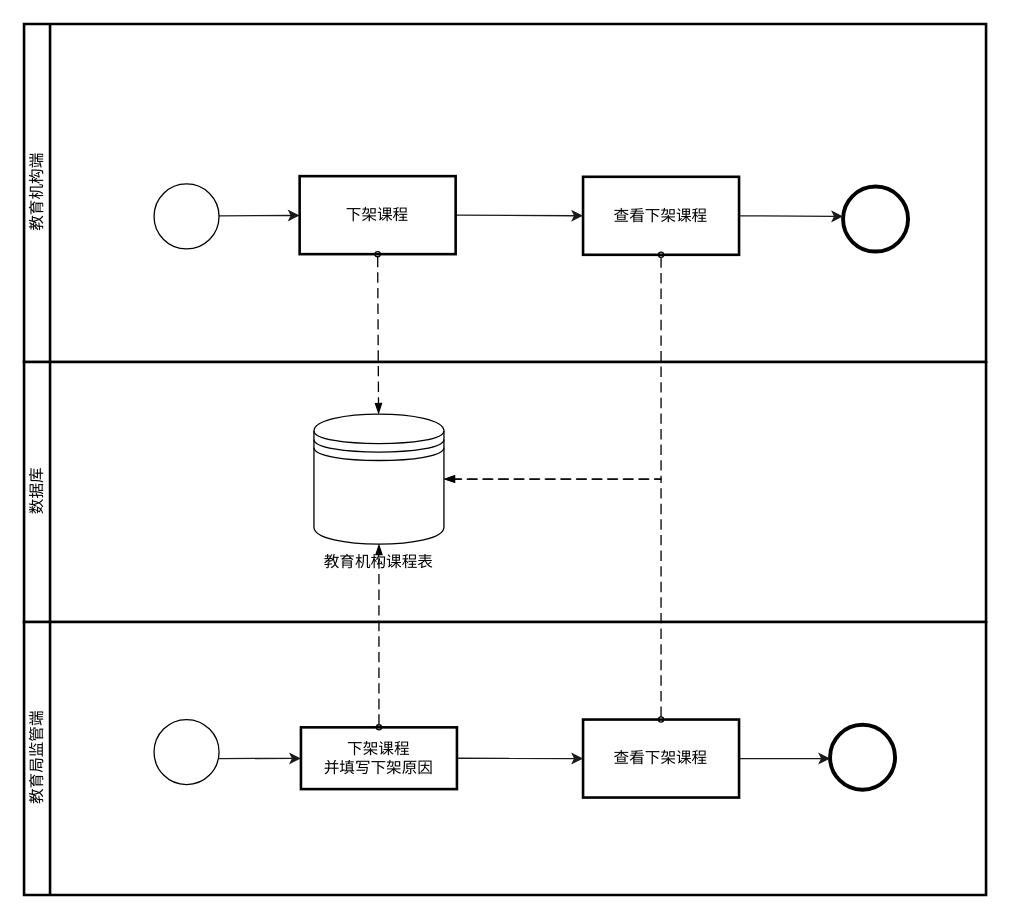
cuitaocrazy/supervision keeps this draw.io diagram as page "课程下架" (2 of 4) of docs/资金监管平台流程图.drawio. Above is the earlier version. Source tidied: cells renumbered, new cells numbered last; positions are measured from the earlier drawing's top-left corner, leaving out a move shared by most shapes. Both pictures are drawn from the tidied source at 130%, with x=0, y=0 at pixel (23, 23).
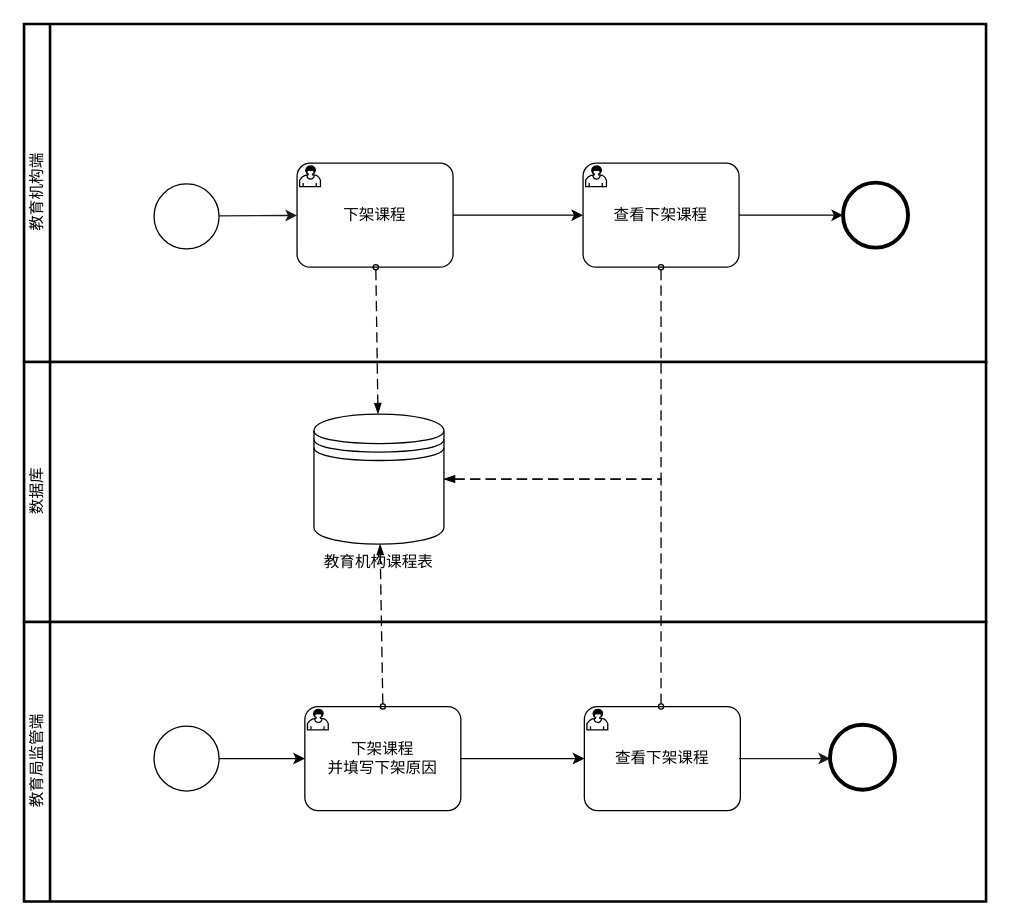
The same page after the edit.

Unchanged cells that the change refers to:
```xml
<mxCell id="2" value="教育机构端" style="swimlane;html=1;startSize=20;fontStyle=0;horizontal=0;swimlaneLine=1;swimlaneFillColor=#ffffff;strokeWidth=2;" parent="1" vertex="1">
  <mxGeometry width="740" height="260" as="geometry" />
</mxCell>
<mxCell id="17" value="教育机构课程表" style="shape=datastore;whiteSpace=wrap;html=1;labelPosition=center;verticalLabelPosition=bottom;align=center;verticalAlign=top;" parent="1" vertex="1">
  <mxGeometry x="223" y="300" width="100" height="100" as="geometry" />
</mxCell>
```

Change to the diagram source:
```diff
@@
-    <mxCell id="4" style="edgeStyle=none;html=1;exitX=1;exitY=0.5;exitDx=0;exitDy=0;entryX=0;entryY=0.5;entryDx=0;entryDy=0;strokeColor=#1A1A1A;" parent="2" edge="1" source="5" target="6">
-      <mxGeometry relative="1" as="geometry" />
-    </mxCell>
-    <mxCell id="5" value="下架课程" style="whiteSpace=wrap;html=1;strokeWidth=2;" parent="2" vertex="1">
-      <mxGeometry x="212" y="117" width="120" height="60" as="geometry" />
-    </mxCell>
-    <mxCell id="6" value="查看下架课程" style="whiteSpace=wrap;html=1;strokeWidth=2;" parent="2" vertex="1">
-      <mxGeometry x="430" y="117.5" width="120" height="60" as="geometry" />
-    </mxCell>
@@
     <mxCell id="8" style="points=[[0.145,0.145,0],[0.5,0,0],[0.855,0.145,0],[1,0.5,0],[0.855,0.855,0],[0.5,1,0],[0.145,0.855,0],[0,0.5,0]];shape=mxgraph.bpmn.event;html=1;verticalLabelPosition=bottom;labelBackgroundColor=#ffffff;verticalAlign=top;align=center;perimeter=ellipsePerimeter;outlineConnect=0;outline=end;symbol=terminate2;" parent="2" vertex="1">
-      <mxGeometry x="630" y="125" width="50" height="50" as="geometry" />
+      <mxGeometry x="630" y="122" width="50" height="50" as="geometry" />
     </mxCell>
+    <mxCell id="24" style="edgeStyle=orthogonalEdgeStyle;rounded=0;jettySize=auto;html=1;" parent="2" edge="1" source="5" target="26">
+      <mxGeometry relative="1" as="geometry" />
+    </mxCell>
+    <mxCell id="5" value="下架课程" style="points=[[0.25,0,0],[0.5,0,0],[0.75,0,0],[1,0.25,0],[1,0.5,0],[1,0.75,0],[0.75,1,0],[0.5,1,0],[0.25,1,0],[0,0.75,0],[0,0.5,0],[0,0.25,0]];shape=mxgraph.bpmn.task;whiteSpace=wrap;rectStyle=rounded;size=10;taskMarker=user;" parent="2" vertex="1">
+      <mxGeometry x="210" y="107" width="120" height="80" as="geometry" />
+    </mxCell>
+    <mxCell id="25" style="edgeStyle=orthogonalEdgeStyle;rounded=0;jettySize=auto;html=1;" parent="2" edge="1" source="26" target="8">
+      <mxGeometry relative="1" as="geometry" />
+    </mxCell>
+    <mxCell id="26" value="查看下架课程" style="points=[[0.25,0,0],[0.5,0,0],[0.75,0,0],[1,0.25,0],[1,0.5,0],[1,0.75,0],[0.75,1,0],[0.5,1,0],[0.25,1,0],[0,0.75,0],[0,0.5,0],[0,0.25,0]];shape=mxgraph.bpmn.task;whiteSpace=wrap;rectStyle=rounded;size=10;taskMarker=user;" parent="2" vertex="1">
+      <mxGeometry x="430" y="107" width="120" height="80" as="geometry" />
+    </mxCell>
@@
     <mxCell id="10" value="教育局监管端" style="swimlane;html=1;startSize=20;fontStyle=0;horizontal=0;swimlaneLine=1;swimlaneFillColor=#ffffff;strokeWidth=2;" parent="1" vertex="1">
-      <mxGeometry y="460" width="740" height="210" as="geometry" />
+      <mxGeometry y="460" width="740" height="215" as="geometry" />
     </mxCell>
-    <mxCell id="11" value="下架课程&lt;br&gt;并填写下架原因" style="whiteSpace=wrap;html=1;strokeWidth=2;" parent="10" vertex="1">
-      <mxGeometry x="213" y="81" width="120" height="47.5" as="geometry" />
-    </mxCell>
-    <mxCell id="12" style="edgeStyle=none;html=1;exitX=1;exitY=0.5;exitDx=0;exitDy=0;exitPerimeter=0;strokeColor=#1A1A1A;" parent="10" edge="1" target="11">
-      <mxGeometry relative="1" as="geometry">
-        <mxPoint x="150" y="105" as="sourcePoint" />
-      </mxGeometry>
-    </mxCell>
-    <mxCell id="13" value="查看下架课程" style="whiteSpace=wrap;html=1;strokeWidth=2;" parent="10" vertex="1">
-      <mxGeometry x="430" y="75" width="120" height="60" as="geometry" />
-    </mxCell>
-    <mxCell id="14" style="edgeStyle=none;html=1;exitX=1;exitY=0.5;exitDx=0;exitDy=0;entryX=0;entryY=0.5;entryDx=0;entryDy=0;strokeColor=#1A1A1A;" parent="10" edge="1" source="11" target="13">
-      <mxGeometry relative="1" as="geometry" />
-    </mxCell>
+    <mxCell id="27" style="edgeStyle=orthogonalEdgeStyle;rounded=0;jettySize=auto;html=1;" parent="10" edge="1" source="15" target="11">
+      <mxGeometry relative="1" as="geometry" />
+    </mxCell>
     <mxCell id="15" style="points=[[0.145,0.145,0],[0.5,0,0],[0.855,0.145,0],[1,0.5,0],[0.855,0.855,0],[0.5,1,0],[0.145,0.855,0],[0,0.5,0]];shape=mxgraph.bpmn.event;html=1;verticalLabelPosition=bottom;labelBackgroundColor=#ffffff;verticalAlign=top;align=center;perimeter=ellipsePerimeter;outlineConnect=0;outline=standard;symbol=general;" parent="10" vertex="1">
-      <mxGeometry x="100" y="75" width="50" height="50" as="geometry" />
+      <mxGeometry x="100" y="80" width="50" height="50" as="geometry" />
     </mxCell>
@@
+    <mxCell id="28" style="edgeStyle=orthogonalEdgeStyle;rounded=0;jettySize=auto;html=1;" parent="10" edge="1" source="11" target="29">
+      <mxGeometry relative="1" as="geometry" />
+    </mxCell>
+    <mxCell id="11" value="下架课程&#10;并填写下架原因" style="points=[[0.25,0,0],[0.5,0,0],[0.75,0,0],[1,0.25,0],[1,0.5,0],[1,0.75,0],[0.75,1,0],[0.5,1,0],[0.25,1,0],[0,0.75,0],[0,0.5,0],[0,0.25,0]];shape=mxgraph.bpmn.task;whiteSpace=wrap;rectStyle=rounded;size=10;taskMarker=user;" parent="10" vertex="1">
+      <mxGeometry x="216" y="65" width="120" height="80" as="geometry" />
+    </mxCell>
+    <mxCell id="29" value="查看下架课程" style="points=[[0.25,0,0],[0.5,0,0],[0.75,0,0],[1,0.25,0],[1,0.5,0],[1,0.75,0],[0.75,1,0],[0.5,1,0],[0.25,1,0],[0,0.75,0],[0,0.5,0],[0,0.25,0]];shape=mxgraph.bpmn.task;whiteSpace=wrap;rectStyle=rounded;size=10;taskMarker=user;" parent="10" vertex="1">
+      <mxGeometry x="431" y="65" width="120" height="80" as="geometry" />
+    </mxCell>
@@
-    <mxCell id="18" style="edgeStyle=none;html=1;exitX=1;exitY=0.5;exitDx=0;exitDy=0;strokeColor=#1A1A1A;" parent="1" edge="1" source="6">
-      <mxGeometry relative="1" as="geometry">
-        <mxPoint x="630" y="148" as="targetPoint" />
-      </mxGeometry>
-    </mxCell>
-    <mxCell id="19" style="edgeStyle=none;html=1;exitX=1;exitY=0.5;exitDx=0;exitDy=0;strokeColor=#1A1A1A;" parent="1" edge="1" source="13">
+    <mxCell id="19" style="edgeStyle=none;html=1;exitX=1;exitY=0.5;exitDx=0;exitDy=0;strokeColor=#1A1A1A;" parent="1" edge="1">
       <mxGeometry relative="1" as="geometry">
+        <mxPoint x="550" y="565" as="sourcePoint" />
         <mxPoint x="620" y="565" as="targetPoint" />
       </mxGeometry>
     </mxCell>
-    <mxCell id="20" style="dashed=1;dashPattern=8 4;endArrow=blockThin;endFill=1;startArrow=oval;startFill=0;endSize=6;startSize=4;rounded=0;exitX=0.5;exitY=1;exitDx=0;exitDy=0;" parent="1" edge="1" source="5" target="17">
+    <mxCell id="20" style="dashed=1;dashPattern=8 4;endArrow=blockThin;endFill=1;startArrow=oval;startFill=0;endSize=6;startSize=4;rounded=0;" parent="1" edge="1" source="5" target="17">
       <mxGeometry relative="1" as="geometry" />
     </mxCell>
-    <mxCell id="21" style="dashed=1;dashPattern=8 4;endArrow=blockThin;endFill=1;startArrow=oval;startFill=0;endSize=6;startSize=4;rounded=0;exitX=0.5;exitY=0;exitDx=0;exitDy=0;" parent="1" edge="1" source="11" target="17">
+    <mxCell id="21" style="dashed=1;dashPattern=8 4;endArrow=blockThin;endFill=1;startArrow=oval;startFill=0;endSize=6;startSize=4;rounded=0;exitX=0.5;exitY=0;exitDx=0;exitDy=0;exitPerimeter=0;" parent="1" edge="1" source="11" target="17">
       <mxGeometry relative="1" as="geometry" />
     </mxCell>
-    <mxCell id="22" style="dashed=1;dashPattern=8 4;endArrow=blockThin;endFill=1;startArrow=oval;startFill=0;endSize=6;startSize=4;rounded=0;exitX=0.5;exitY=1;exitDx=0;exitDy=0;entryX=1;entryY=0.5;entryDx=0;entryDy=0;edgeStyle=orthogonalEdgeStyle;" parent="1" edge="1" source="6" target="17">
+    <mxCell id="22" style="dashed=1;dashPattern=8 4;endArrow=blockThin;endFill=1;startArrow=oval;startFill=0;endSize=6;startSize=4;rounded=0;exitX=0.5;exitY=1;exitDx=0;exitDy=0;entryX=1;entryY=0.5;entryDx=0;entryDy=0;edgeStyle=orthogonalEdgeStyle;exitPerimeter=0;" parent="1" edge="1" source="26" target="17">
       <mxGeometry relative="1" as="geometry" />
     </mxCell>
-    <mxCell id="23" style="dashed=1;dashPattern=8 4;endArrow=blockThin;endFill=1;startArrow=oval;startFill=0;endSize=6;startSize=4;rounded=0;exitX=0.5;exitY=0;exitDx=0;exitDy=0;entryX=1;entryY=0.5;entryDx=0;entryDy=0;edgeStyle=orthogonalEdgeStyle;" parent="1" edge="1" source="13" target="17">
-      <mxGeometry relative="1" as="geometry" />
+    <mxCell id="23" style="dashed=1;dashPattern=8 4;endArrow=blockThin;endFill=1;startArrow=oval;startFill=0;endSize=6;startSize=4;rounded=0;entryX=1;entryY=0.5;entryDx=0;entryDy=0;edgeStyle=orthogonalEdgeStyle;" parent="1" edge="1" source="29" target="17">
+      <mxGeometry relative="1" as="geometry">
+        <Array as="points">
+          <mxPoint x="490" y="350" />
+        </Array>
+      </mxGeometry>
     </mxCell>
```
